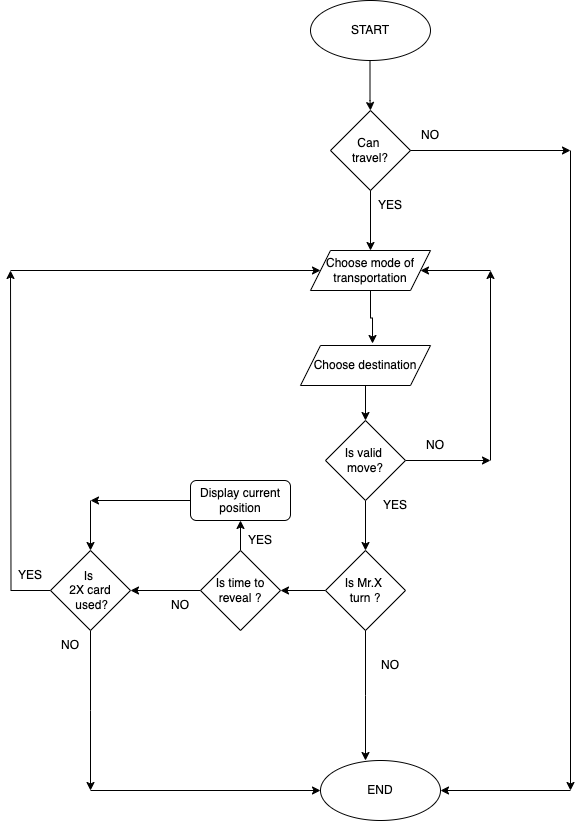
Above: player-turn.drawio.png in garimiddisuman/project (draw.io), before the change. Source tidied: cells renumbered, new cells last; positions are measured from the earlier drawing's top-left corner, leaving out a move shared by most shapes. Source of this version:
```xml
<mxGraphModel>
  <root>
    <mxCell id="0" />
    <mxCell id="1" parent="0" />
    <mxCell id="2" value="START" style="ellipse;whiteSpace=wrap;html=1;" parent="1" vertex="1">
      <mxGeometry x="310" width="120" height="60" as="geometry" />
    </mxCell>
    <mxCell id="3" value="Can&amp;nbsp;&lt;div&gt;travel?&lt;/div&gt;" style="rhombus;whiteSpace=wrap;html=1;" parent="1" vertex="1">
      <mxGeometry x="330" y="110" width="80" height="80" as="geometry" />
    </mxCell>
    <mxCell id="4" style="edgeStyle=orthogonalEdgeStyle;rounded=0;jettySize=auto;html=1;" parent="1" edge="1" source="6">
      <mxGeometry relative="1" as="geometry">
        <mxPoint x="10" y="270" as="targetPoint" />
      </mxGeometry>
    </mxCell>
    <mxCell id="5" style="edgeStyle=orthogonalEdgeStyle;rounded=0;jettySize=auto;html=1;" parent="1" edge="1" source="6">
      <mxGeometry relative="1" as="geometry">
        <mxPoint x="90" y="790" as="targetPoint" />
      </mxGeometry>
    </mxCell>
    <mxCell id="6" value="Is&amp;nbsp;&lt;div&gt;2X card&lt;/div&gt;&lt;div&gt;&amp;nbsp;used?&lt;/div&gt;" style="rhombus;whiteSpace=wrap;html=1;" parent="1" vertex="1">
      <mxGeometry x="50" y="550" width="80" height="80" as="geometry" />
    </mxCell>
    <mxCell id="7" style="edgeStyle=orthogonalEdgeStyle;rounded=0;jettySize=auto;html=1;" parent="1" edge="1" source="9">
      <mxGeometry relative="1" as="geometry">
        <mxPoint x="490" y="460" as="targetPoint" />
      </mxGeometry>
    </mxCell>
    <mxCell id="8" style="edgeStyle=orthogonalEdgeStyle;rounded=0;jettySize=auto;html=1;entryX=0.5;entryY=0;entryDx=0;entryDy=0;" parent="1" edge="1" source="9" target="29">
      <mxGeometry relative="1" as="geometry" />
    </mxCell>
    <mxCell id="9" value="Is valid&amp;nbsp;&lt;div&gt;move?&lt;/div&gt;" style="rhombus;whiteSpace=wrap;html=1;" parent="1" vertex="1">
      <mxGeometry x="325" y="420" width="80" height="80" as="geometry" />
    </mxCell>
    <mxCell id="10" style="endArrow=classic;html=1;rounded=0;" parent="1" edge="1">
      <mxGeometry relative="1" as="geometry">
        <mxPoint x="369.5" y="60" as="sourcePoint" />
        <mxPoint x="370" y="110" as="targetPoint" />
        <Array as="points">
          <mxPoint x="369.5" y="100" />
        </Array>
      </mxGeometry>
    </mxCell>
    <mxCell id="11" style="endArrow=classic;html=1;rounded=0;" parent="1" edge="1">
      <mxGeometry relative="1" as="geometry">
        <mxPoint x="410" y="150" as="sourcePoint" />
        <mxPoint x="570" y="150" as="targetPoint" />
      </mxGeometry>
    </mxCell>
    <mxCell id="12" style="endArrow=classic;html=1;rounded=0;" parent="1" edge="1">
      <mxGeometry relative="1" as="geometry">
        <mxPoint x="370" y="190" as="sourcePoint" />
        <mxPoint x="370" y="250" as="targetPoint" />
      </mxGeometry>
    </mxCell>
    <mxCell id="13" value="Choose mode of transportation" style="shape=parallelogram;perimeter=parallelogramPerimeter;whiteSpace=wrap;html=1;fixedSize=1;" parent="1" vertex="1">
      <mxGeometry x="310" y="250" width="120" height="40" as="geometry" />
    </mxCell>
    <mxCell id="14" style="edgeStyle=orthogonalEdgeStyle;rounded=0;jettySize=auto;html=1;entryX=0.5;entryY=0;entryDx=0;entryDy=0;" parent="1" edge="1" source="15" target="9">
      <mxGeometry relative="1" as="geometry" />
    </mxCell>
    <mxCell id="15" value="Choose destination" style="shape=parallelogram;perimeter=parallelogramPerimeter;whiteSpace=wrap;html=1;fixedSize=1;" parent="1" vertex="1">
      <mxGeometry x="300" y="345" width="130" height="40" as="geometry" />
    </mxCell>
    <mxCell id="16" value="YES" style="text;html=1;align=center;verticalAlign=middle;whiteSpace=wrap;rounded=0;" parent="1" vertex="1">
      <mxGeometry x="360" y="190" width="60" height="30" as="geometry" />
    </mxCell>
    <mxCell id="17" value="NO" style="text;html=1;align=center;verticalAlign=middle;whiteSpace=wrap;rounded=0;" parent="1" vertex="1">
      <mxGeometry x="400" y="120" width="60" height="30" as="geometry" />
    </mxCell>
    <mxCell id="18" style="endArrow=classic;html=1;rounded=0;" parent="1" edge="1">
      <mxGeometry relative="1" as="geometry">
        <mxPoint x="570" y="150" as="sourcePoint" />
        <mxPoint x="570" y="790" as="targetPoint" />
      </mxGeometry>
    </mxCell>
    <mxCell id="19" value="END" style="ellipse;whiteSpace=wrap;html=1;" parent="1" vertex="1">
      <mxGeometry x="320" y="760" width="120" height="60" as="geometry" />
    </mxCell>
    <mxCell id="20" style="edgeStyle=orthogonalEdgeStyle;rounded=0;jettySize=auto;html=1;entryX=1;entryY=0.5;entryDx=0;entryDy=0;" parent="1" edge="1" source="22" target="6">
      <mxGeometry relative="1" as="geometry" />
    </mxCell>
    <mxCell id="21" style="edgeStyle=orthogonalEdgeStyle;rounded=0;jettySize=auto;html=1;" parent="1" edge="1" source="22" target="24">
      <mxGeometry relative="1" as="geometry" />
    </mxCell>
    <mxCell id="22" value="Is time to reveal ?" style="rhombus;whiteSpace=wrap;html=1;" parent="1" vertex="1">
      <mxGeometry x="200" y="550" width="80" height="80" as="geometry" />
    </mxCell>
    <mxCell id="23" style="edgeStyle=orthogonalEdgeStyle;rounded=0;jettySize=auto;html=1;" parent="1" edge="1" source="24">
      <mxGeometry relative="1" as="geometry">
        <mxPoint x="90" y="500" as="targetPoint" />
      </mxGeometry>
    </mxCell>
    <mxCell id="24" value="Display current position" style="rounded=1;whiteSpace=wrap;html=1;" parent="1" vertex="1">
      <mxGeometry x="190" y="480" width="100" height="40" as="geometry" />
    </mxCell>
    <mxCell id="25" style="edgeStyle=orthogonalEdgeStyle;rounded=0;jettySize=auto;html=1;entryX=0.554;entryY=-0.05;entryDx=0;entryDy=0;entryPerimeter=0;" parent="1" edge="1" source="13" target="15">
      <mxGeometry relative="1" as="geometry" />
    </mxCell>
    <mxCell id="26" style="endArrow=classic;html=1;rounded=0;" parent="1" edge="1">
      <mxGeometry relative="1" as="geometry">
        <mxPoint x="490" y="460" as="sourcePoint" />
        <mxPoint x="490" y="270" as="targetPoint" />
      </mxGeometry>
    </mxCell>
    <mxCell id="27" style="endArrow=classic;html=1;rounded=0;" parent="1" edge="1" target="13">
      <mxGeometry relative="1" as="geometry">
        <mxPoint x="490" y="270" as="sourcePoint" />
      </mxGeometry>
    </mxCell>
    <mxCell id="28" style="edgeStyle=orthogonalEdgeStyle;rounded=0;jettySize=auto;html=1;entryX=1;entryY=0.5;entryDx=0;entryDy=0;" parent="1" edge="1" source="29" target="22">
      <mxGeometry relative="1" as="geometry" />
    </mxCell>
    <mxCell id="29" value="Is Mr.X&amp;nbsp;&lt;div&gt;t&lt;span style=&quot;background-color: transparent; color: light-dark(rgb(0, 0, 0), rgb(255, 255, 255));&quot;&gt;urn ?&lt;/span&gt;&lt;/div&gt;" style="rhombus;whiteSpace=wrap;html=1;" parent="1" vertex="1">
      <mxGeometry x="325" y="550" width="80" height="80" as="geometry" />
    </mxCell>
    <mxCell id="30" value="NO" style="text;html=1;align=center;verticalAlign=middle;whiteSpace=wrap;rounded=0;" parent="1" vertex="1">
      <mxGeometry x="405" y="430" width="60" height="30" as="geometry" />
    </mxCell>
    <mxCell id="31" value="YES" style="text;html=1;align=center;verticalAlign=middle;whiteSpace=wrap;rounded=0;" parent="1" vertex="1">
      <mxGeometry x="365" y="490" width="60" height="30" as="geometry" />
    </mxCell>
    <mxCell id="32" style="endArrow=classic;html=1;rounded=0;entryX=1;entryY=0.5;entryDx=0;entryDy=0;" parent="1" edge="1" target="19">
      <mxGeometry relative="1" as="geometry">
        <mxPoint x="570" y="790" as="sourcePoint" />
      </mxGeometry>
    </mxCell>
    <mxCell id="33" style="edgeStyle=orthogonalEdgeStyle;rounded=0;jettySize=auto;html=1;entryX=0.375;entryY=0;entryDx=0;entryDy=0;entryPerimeter=0;" parent="1" edge="1" source="29">
      <mxGeometry relative="1" as="geometry">
        <mxPoint x="365" y="760" as="targetPoint" />
      </mxGeometry>
    </mxCell>
    <mxCell id="34" value="NO" style="text;html=1;align=center;verticalAlign=middle;whiteSpace=wrap;rounded=0;" parent="1" vertex="1">
      <mxGeometry x="360" y="650" width="60" height="30" as="geometry" />
    </mxCell>
    <mxCell id="35" style="endArrow=classic;html=1;rounded=0;" parent="1" edge="1" target="6">
      <mxGeometry relative="1" as="geometry">
        <mxPoint x="90" y="500" as="sourcePoint" />
      </mxGeometry>
    </mxCell>
    <mxCell id="36" style="endArrow=classic;html=1;rounded=0;entryX=0;entryY=0.5;entryDx=0;entryDy=0;" parent="1" edge="1" target="13">
      <mxGeometry relative="1" as="geometry">
        <mxPoint x="10" y="270" as="sourcePoint" />
      </mxGeometry>
    </mxCell>
    <mxCell id="37" value="YES" style="text;html=1;align=center;verticalAlign=middle;whiteSpace=wrap;rounded=0;" parent="1" vertex="1">
      <mxGeometry y="560" width="60" height="30" as="geometry" />
    </mxCell>
    <mxCell id="38" value="YES" style="text;html=1;align=center;verticalAlign=middle;whiteSpace=wrap;rounded=0;" parent="1" vertex="1">
      <mxGeometry x="230" y="525" width="60" height="30" as="geometry" />
    </mxCell>
    <mxCell id="39" value="NO" style="text;html=1;align=center;verticalAlign=middle;whiteSpace=wrap;rounded=0;" parent="1" vertex="1">
      <mxGeometry x="150" y="590" width="60" height="30" as="geometry" />
    </mxCell>
    <mxCell id="40" style="endArrow=classic;html=1;rounded=0;entryX=0;entryY=0.75;entryDx=0;entryDy=0;" parent="1" edge="1">
      <mxGeometry relative="1" as="geometry">
        <mxPoint x="90" y="790" as="sourcePoint" />
        <mxPoint x="320" y="790" as="targetPoint" />
      </mxGeometry>
    </mxCell>
    <mxCell id="41" value="NO" style="text;html=1;align=center;verticalAlign=middle;whiteSpace=wrap;rounded=0;" parent="1" vertex="1">
      <mxGeometry x="40" y="630" width="60" height="30" as="geometry" />
    </mxCell>
  </root>
</mxGraphModel>
```
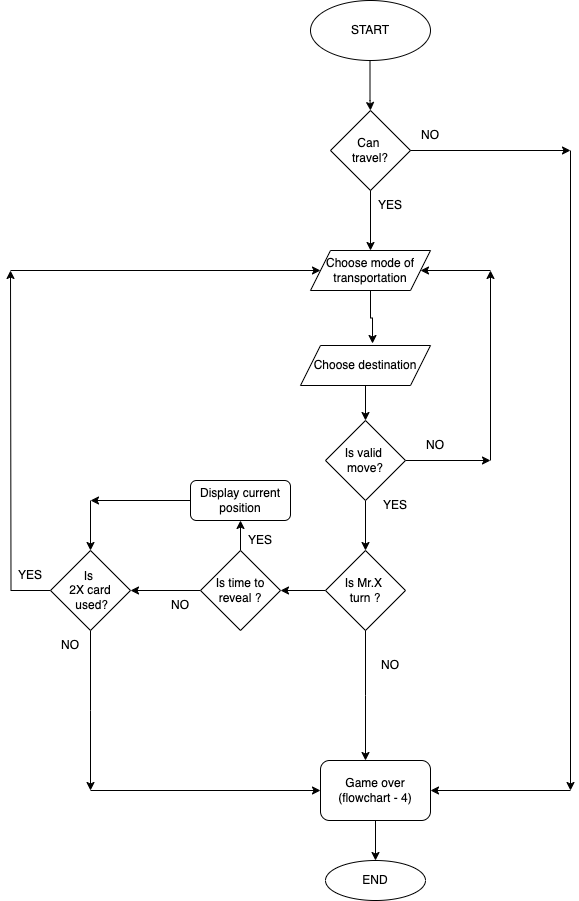
After the change.

Diff of the diagram source:
```diff
@@ -75,7 +75,7 @@
       </mxGeometry>
     </mxCell>
     <mxCell id="19" value="END" style="ellipse;whiteSpace=wrap;html=1;" parent="1" vertex="1">
-      <mxGeometry x="320" y="760" width="120" height="60" as="geometry" />
+      <mxGeometry x="325" y="860" width="100" height="40" as="geometry" />
     </mxCell>
     <mxCell id="20" style="edgeStyle=orthogonalEdgeStyle;rounded=0;jettySize=auto;html=1;entryX=1;entryY=0.5;entryDx=0;entryDy=0;" parent="1" edge="1" source="22" target="6">
       <mxGeometry relative="1" as="geometry" />
@@ -120,7 +120,7 @@
     <mxCell id="31" value="YES" style="text;html=1;align=center;verticalAlign=middle;whiteSpace=wrap;rounded=0;" parent="1" vertex="1">
       <mxGeometry x="365" y="490" width="60" height="30" as="geometry" />
     </mxCell>
-    <mxCell id="32" style="endArrow=classic;html=1;rounded=0;entryX=1;entryY=0.5;entryDx=0;entryDy=0;" parent="1" edge="1" target="19">
+    <mxCell id="32" style="endArrow=classic;html=1;rounded=0;entryX=1;entryY=0.5;entryDx=0;entryDy=0;" parent="1" edge="1" target="43">
       <mxGeometry relative="1" as="geometry">
         <mxPoint x="570" y="790" as="sourcePoint" />
       </mxGeometry>
@@ -161,5 +161,11 @@
     <mxCell id="41" value="NO" style="text;html=1;align=center;verticalAlign=middle;whiteSpace=wrap;rounded=0;" parent="1" vertex="1">
       <mxGeometry x="40" y="630" width="60" height="30" as="geometry" />
     </mxCell>
+    <mxCell id="42" style="edgeStyle=orthogonalEdgeStyle;rounded=0;jettySize=auto;html=1;" parent="1" edge="1" source="43" target="19">
+      <mxGeometry relative="1" as="geometry" />
+    </mxCell>
+    <mxCell id="43" value="Game over&lt;div&gt;(flowchart - 4)&lt;/div&gt;" style="rounded=1;whiteSpace=wrap;html=1;" parent="1" vertex="1">
+      <mxGeometry x="320" y="760" width="110" height="60" as="geometry" />
+    </mxCell>
   </root>
 </mxGraphModel>
```
